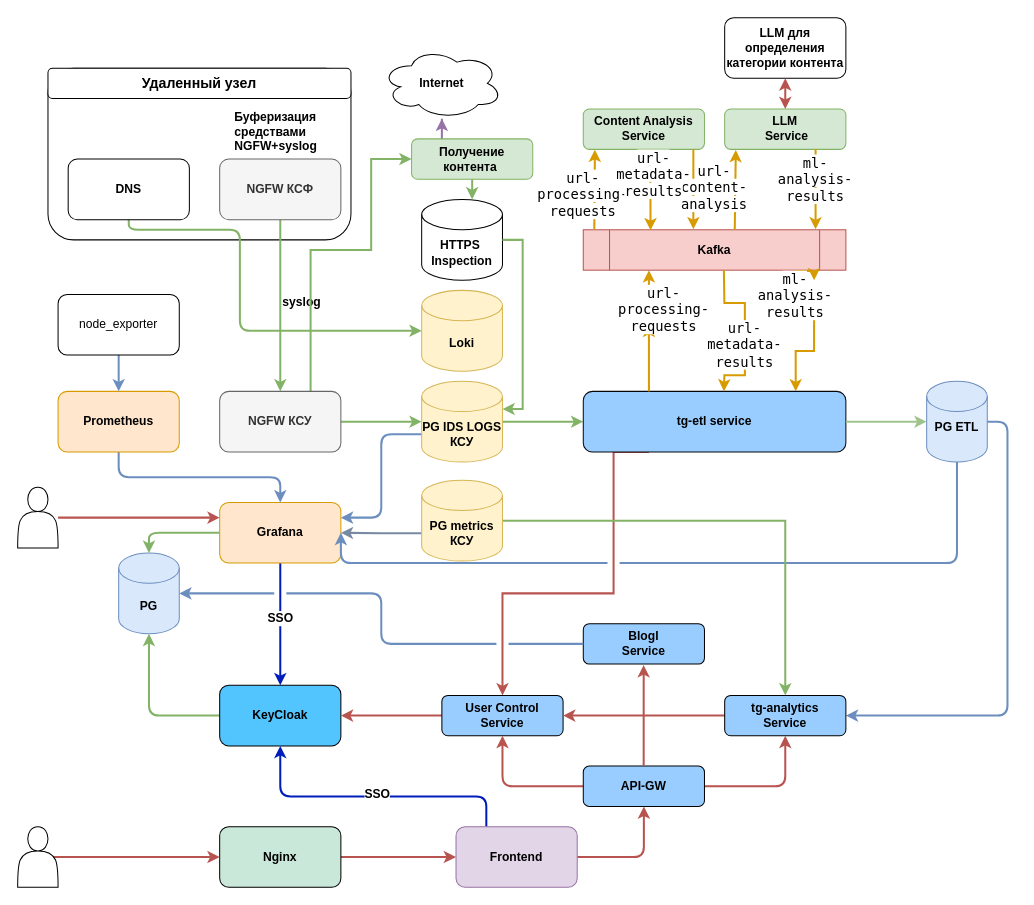
The draw.io diagram docs/Общая схема проекта.drawio in il-alekseev/traffic_guard, before the edit. Source tidied: cells renumbered, new cells numbered last; positions are measured from the earlier drawing's top-left corner, leaving out a move shared by most shapes. Both pictures are drawn from the tidied source at 101%, with x=0, y=0 at pixel (17, 17).
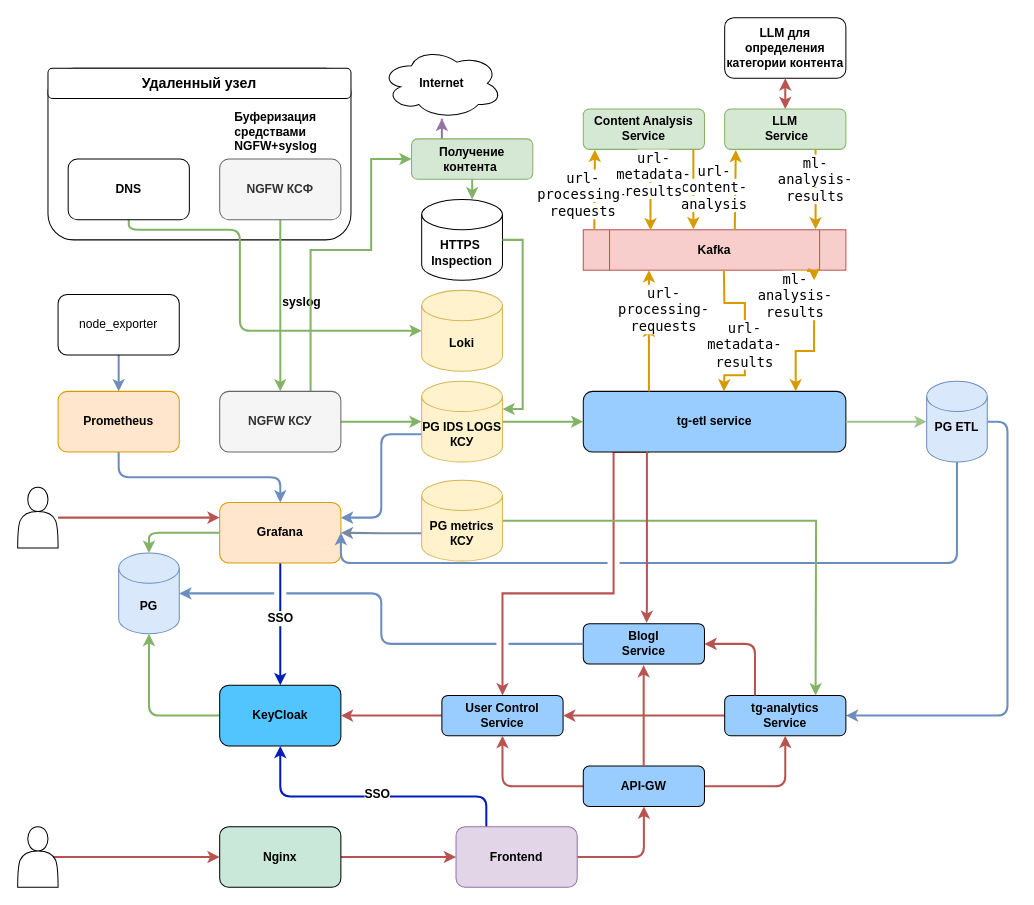
Above is the later version.

Unchanged cells that the change refers to:
```xml
<mxCell id="35" value="tg-analytics&lt;br style=&quot;font-size: 12px;&quot;&gt;Service" style="rounded=1;whiteSpace=wrap;html=1;fillColor=#99CCFF;fontSize=12;fontStyle=1;" parent="1" vertex="1">
  <mxGeometry x="700" y="671" width="120" height="40" as="geometry" />
</mxCell>
<mxCell id="63" value="PG metrics&lt;br&gt;КСУ" style="shape=cylinder3;whiteSpace=wrap;html=1;boundedLbl=1;backgroundOutline=1;size=15;fillColor=#fff2cc;strokeColor=#d6b656;fontSize=12;fontStyle=1;" parent="1" vertex="1">
  <mxGeometry x="400" y="458" width="80" height="80" as="geometry" />
</mxCell>
<mxCell id="83" value="Blogl &lt;br style=&quot;font-size: 12px;&quot;&gt;Service" style="rounded=1;whiteSpace=wrap;html=1;fillColor=#99CCFF;fontSize=12;fontStyle=1;" parent="1" vertex="1">
  <mxGeometry x="560" y="600" width="120" height="40" as="geometry" />
</mxCell>
```

Diff of the diagram source:
```diff
@@
-    <mxCell id="62" style="edgeStyle=orthogonalEdgeStyle;rounded=0;jettySize=auto;html=1;exitX=1;exitY=0.5;exitDx=0;exitDy=0;exitPerimeter=0;entryX=0.5;entryY=0;entryDx=0;entryDy=0;strokeColor=light-dark(#82b366, #6a7a8f);fontColor=#46495D;fillColor=#B2C9AB;strokeWidth=2;" parent="1" edge="1" source="63" target="35">
-      <mxGeometry relative="1" as="geometry" />
+    <mxCell id="62" style="edgeStyle=orthogonalEdgeStyle;rounded=0;jettySize=auto;html=1;exitX=1;exitY=0.5;exitDx=0;exitDy=0;exitPerimeter=0;entryX=0.5;entryY=0;entryDx=0;entryDy=0;strokeColor=light-dark(#82b366, #6a7a8f);fontColor=#46495D;fillColor=#B2C9AB;strokeWidth=2;" parent="1" edge="1" source="63">
+      <mxGeometry relative="1" as="geometry">
+        <mxPoint x="790" y="671" as="targetPoint" />
+      </mxGeometry>
     </mxCell>
@@
+    <mxCell id="86" style="edgeStyle=orthogonalEdgeStyle;rounded=1;jettySize=auto;html=1;exitX=0.25;exitY=0;exitDx=0;exitDy=0;entryX=1;entryY=0.5;entryDx=0;entryDy=0;fontSize=12;fontStyle=1;fillColor=#f8cecc;strokeColor=#b85450;strokeWidth=2;" parent="1" edge="1" source="35" target="83">
+      <mxGeometry relative="1" as="geometry" />
+    </mxCell>
+    <mxCell id="87" style="edgeStyle=orthogonalEdgeStyle;rounded=0;jettySize=auto;html=1;entryX=0.522;entryY=-0.018;entryDx=0;entryDy=0;strokeColor=light-dark(#b85450, #6a7a8f);fontColor=#46495D;fillColor=#B2C9AB;strokeWidth=2;entryPerimeter=0;shadow=0;flowAnimation=0;" parent="1" edge="1" target="83">
+      <mxGeometry relative="1" as="geometry">
+        <mxPoint x="623" y="430" as="sourcePoint" />
+        <Array as="points">
+          <mxPoint x="622" y="583" />
+        </Array>
+      </mxGeometry>
+    </mxCell>
```
